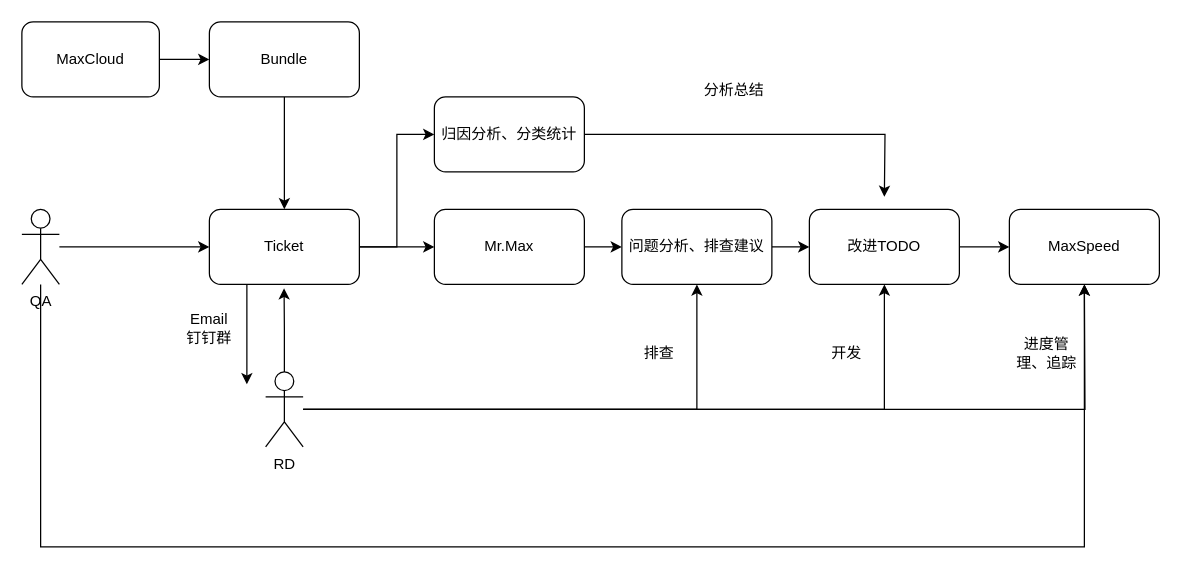
bzk1994/draw.io keeps this draw.io diagram as Ticket.drawio. Above is the earlier version. Source tidied: cells renumbered, new cells numbered last; positions are measured from the earlier drawing's top-left corner, leaving out a move shared by most shapes. Both pictures are drawn from the tidied source at 125%, with x=0, y=0 at pixel (21, 21).
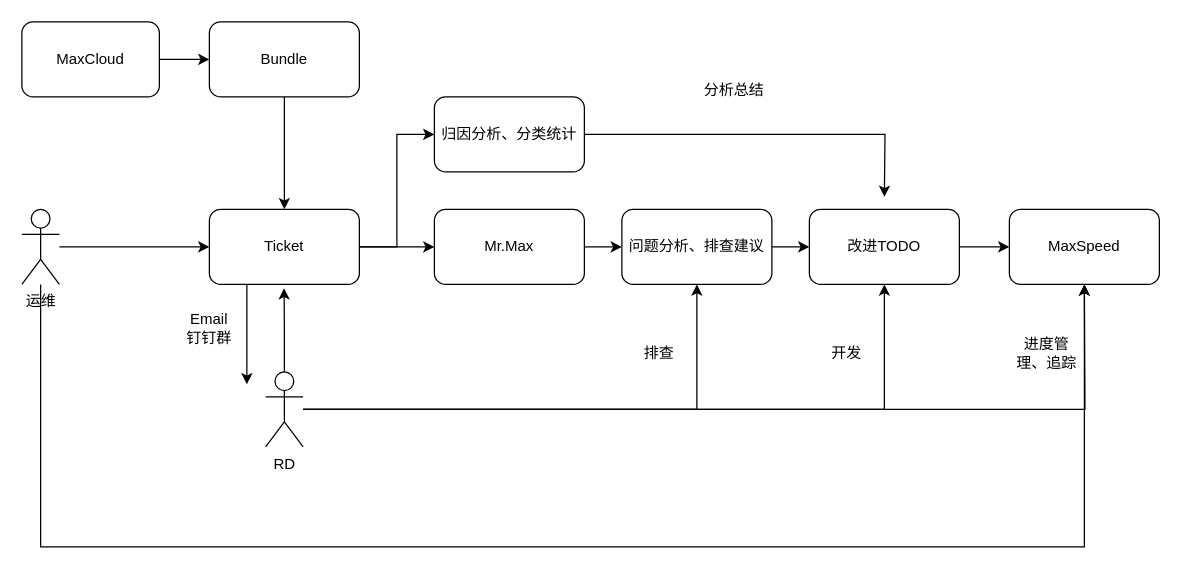
The same page after the edit.

The edit, as a diff of the source:
```diff
@@
-    <mxCell id="8" value="QA" style="shape=umlActor;verticalLabelPosition=bottom;verticalAlign=top;html=1;outlineConnect=0;" parent="1" vertex="1">
+    <mxCell id="8" value="运维" style="shape=umlActor;verticalLabelPosition=bottom;verticalAlign=top;html=1;outlineConnect=0;" parent="1" vertex="1">
       <mxGeometry y="150" width="30" height="60" as="geometry" />
     </mxCell>
```
